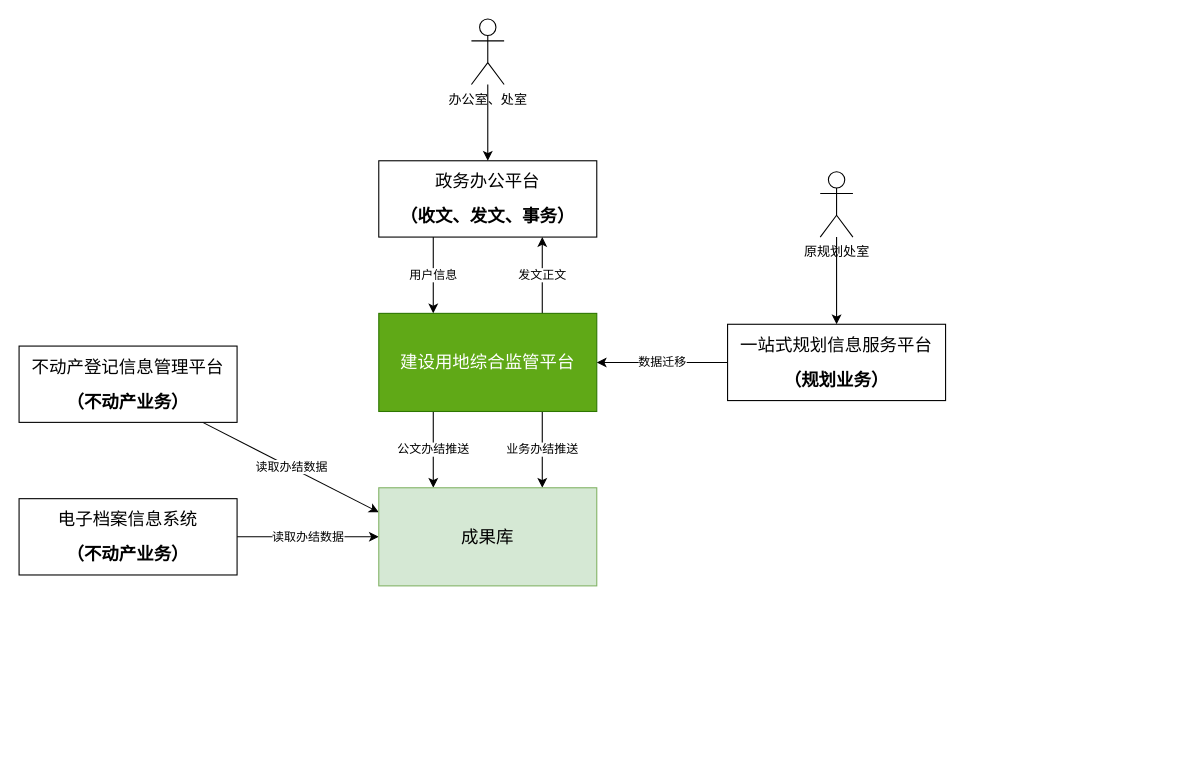
This is page "系统间的关系" (2 of 2) of Untitled Diagram.drawio from yinyan168/StudyUML, a draw.io file, before an edit. Source tidied: cells renumbered, new cells numbered last; positions are measured from the earlier drawing's top-left corner, leaving out a move shared by most shapes. Both pictures are drawn from the tidied source at 109%, with x=0, y=0 at pixel (19, 19).
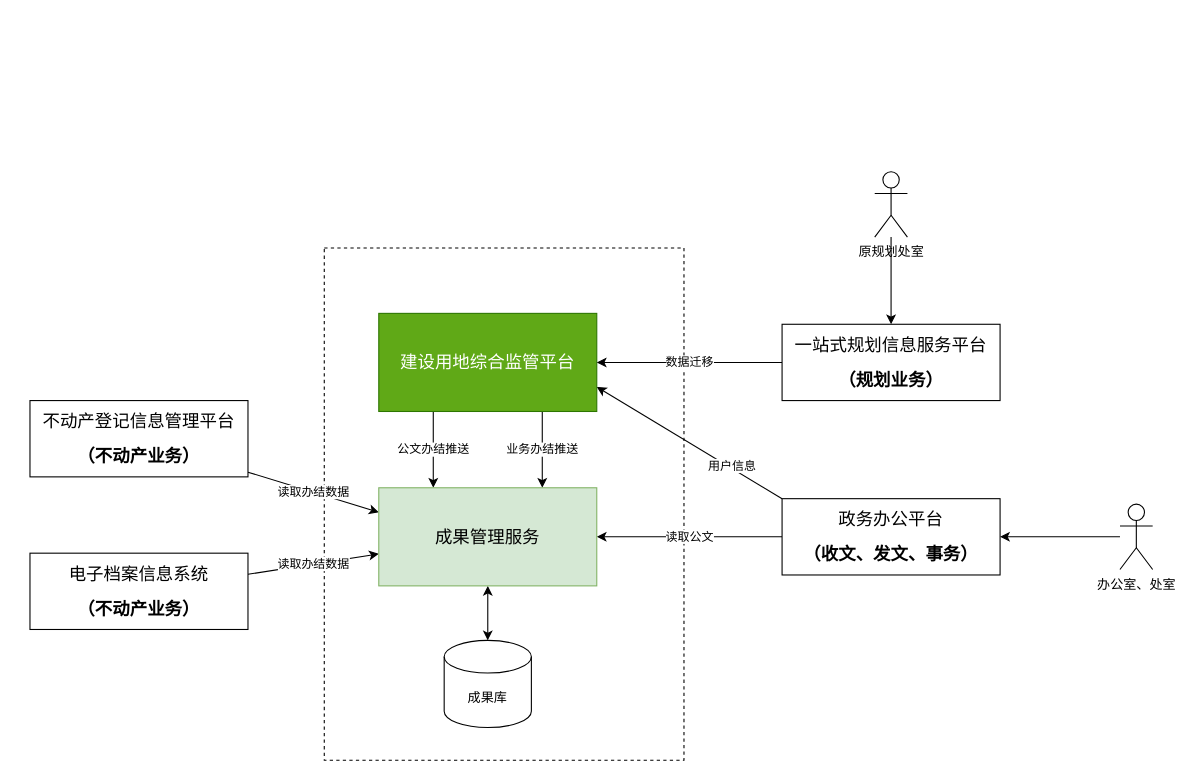
After the change.

The change refers to these unchanged cells:
```xml
<mxCell id="7" value="&lt;p class=&quot;MsoNormal&quot;&gt;&lt;span style=&quot;font-size: 12.0000pt&quot;&gt;&lt;font face=&quot;宋体&quot;&gt;建设用地综合监管平台&lt;/font&gt;&lt;/span&gt;&lt;/p&gt;" style="rounded=0;whiteSpace=wrap;html=1;fillColor=#60a917;strokeColor=#2D7600;fontColor=#ffffff;" parent="1" vertex="1">
  <mxGeometry x="330" y="270" width="200" height="90" as="geometry" />
</mxCell>
```

The edit, as a diff of the source:
```diff
@@
+    <mxCell id="19" style="rounded=0;whiteSpace=wrap;html=1;fillColor=none;dashed=1;" parent="1" vertex="1">
+      <mxGeometry x="280" y="210" width="330" height="470" as="geometry" />
+    </mxCell>
-    <mxCell id="2" value="用户信息" style="edgeStyle=orthogonalEdgeStyle;rounded=0;jettySize=auto;html=1;exitX=0.25;exitY=1;exitDx=0;exitDy=0;entryX=0.25;entryY=0;entryDx=0;entryDy=0;" parent="1" edge="1" source="3" target="7">
-      <mxGeometry relative="1" as="geometry" />
+    <mxCell id="2" value="用户信息" style="rounded=0;jettySize=auto;html=1;exitX=0;exitY=0;exitDx=0;exitDy=0;entryX=1;entryY=0.75;entryDx=0;entryDy=0;" parent="1" edge="1" source="3" target="7">
+      <mxGeometry x="-0.45" y="-2" relative="1" as="geometry" />
     </mxCell>
+    <mxCell id="20" value="读取公文" style="edgeStyle=none;rounded=0;jettySize=auto;html=1;entryX=1;entryY=0.5;entryDx=0;entryDy=0;startArrow=none;startFill=0;" parent="1" edge="1" source="3" target="18">
+      <mxGeometry relative="1" as="geometry" />
+    </mxCell>
     <mxCell id="3" value="&lt;p class=&quot;MsoNormal&quot;&gt;&lt;span style=&quot;font-size: 12.0000pt&quot;&gt;&lt;font face=&quot;宋体&quot;&gt;政务办公平台&lt;/font&gt;&lt;/span&gt;&lt;/p&gt;&lt;p class=&quot;MsoNormal&quot;&gt;&lt;span style=&quot;font-size: 12.0000pt&quot;&gt;&lt;font face=&quot;宋体&quot;&gt;&lt;b&gt;（收文、发文、事务）&lt;/b&gt;&lt;/font&gt;&lt;/span&gt;&lt;/p&gt;" style="rounded=0;whiteSpace=wrap;html=1;" parent="1" vertex="1">
-      <mxGeometry x="330" y="130" width="200" height="70" as="geometry" />
+      <mxGeometry x="700" y="440" width="200" height="70" as="geometry" />
     </mxCell>
-    <mxCell id="4" value="发文正文" style="edgeStyle=orthogonalEdgeStyle;rounded=0;jettySize=auto;html=1;entryX=0.75;entryY=1;entryDx=0;entryDy=0;exitX=0.75;exitY=0;exitDx=0;exitDy=0;" parent="1" edge="1" source="7" target="3">
-      <mxGeometry relative="1" as="geometry" />
-    </mxCell>
@@
-    <mxCell id="8" style="edgeStyle=orthogonalEdgeStyle;rounded=0;jettySize=auto;html=1;" parent="1" edge="1" source="9" target="3">
+    <mxCell id="8" style="rounded=0;jettySize=auto;html=1;" parent="1" edge="1" source="9" target="3">
       <mxGeometry relative="1" as="geometry" />
     </mxCell>
     <mxCell id="9" value="办公室、处室" style="shape=umlActor;verticalLabelPosition=bottom;verticalAlign=top;html=1;outlineConnect=0;" parent="1" vertex="1">
-      <mxGeometry x="415" width="30" height="60" as="geometry" />
+      <mxGeometry x="1010" y="445" width="30" height="60" as="geometry" />
     </mxCell>
@@
     <mxCell id="11" value="&lt;p class=&quot;MsoNormal&quot;&gt;&lt;span style=&quot;font-size: 12.0000pt&quot;&gt;&lt;font face=&quot;宋体&quot;&gt;不动产登记信息管理平台&lt;/font&gt;&lt;/span&gt;&lt;/p&gt;&lt;p class=&quot;MsoNormal&quot;&gt;&lt;span style=&quot;font-size: 12.0000pt&quot;&gt;&lt;font face=&quot;宋体&quot;&gt;&lt;b&gt;（不动产业务）&lt;/b&gt;&lt;/font&gt;&lt;/span&gt;&lt;/p&gt;" style="rounded=0;whiteSpace=wrap;html=1;" parent="1" vertex="1">
-      <mxGeometry y="300" width="200" height="70" as="geometry" />
+      <mxGeometry x="10" y="350" width="200" height="70" as="geometry" />
     </mxCell>
@@
     <mxCell id="13" value="&lt;p class=&quot;MsoNormal&quot;&gt;&lt;font face=&quot;宋体&quot;&gt;&lt;span style=&quot;font-size: 16px&quot;&gt;电子档案信息系统&lt;/span&gt;&lt;/font&gt;&lt;/p&gt;&lt;p class=&quot;MsoNormal&quot;&gt;&lt;span style=&quot;font-size: 12.0000pt&quot;&gt;&lt;font face=&quot;宋体&quot;&gt;&lt;b&gt;（不动产业务）&lt;/b&gt;&lt;/font&gt;&lt;/span&gt;&lt;/p&gt;" style="rounded=0;whiteSpace=wrap;html=1;" parent="1" vertex="1">
-      <mxGeometry y="440" width="200" height="70" as="geometry" />
+      <mxGeometry x="10" y="490" width="200" height="70" as="geometry" />
     </mxCell>
@@
     <mxCell id="15" value="&lt;p class=&quot;MsoNormal&quot;&gt;&lt;font face=&quot;宋体&quot;&gt;&lt;span style=&quot;font-size: 16px&quot;&gt;一站式规划信息服务平台&lt;/span&gt;&lt;/font&gt;&lt;/p&gt;&lt;p class=&quot;MsoNormal&quot;&gt;&lt;span style=&quot;font-size: 12.0000pt&quot;&gt;&lt;font face=&quot;宋体&quot;&gt;&lt;b&gt;（规划业务）&lt;/b&gt;&lt;/font&gt;&lt;/span&gt;&lt;/p&gt;" style="rounded=0;whiteSpace=wrap;html=1;" parent="1" vertex="1">
-      <mxGeometry x="650" y="280" width="200" height="70" as="geometry" />
+      <mxGeometry x="700" y="280" width="200" height="70" as="geometry" />
     </mxCell>
@@
     <mxCell id="17" value="原规划处室" style="shape=umlActor;verticalLabelPosition=bottom;verticalAlign=top;html=1;outlineConnect=0;" parent="1" vertex="1">
-      <mxGeometry x="735" y="140" width="30" height="60" as="geometry" />
+      <mxGeometry x="785" y="140" width="30" height="60" as="geometry" />
     </mxCell>
+    <mxCell id="21" style="edgeStyle=none;rounded=0;jettySize=auto;html=1;startArrow=classic;startFill=1;" parent="1" edge="1" source="18" target="22">
+      <mxGeometry relative="1" as="geometry" />
+    </mxCell>
-    <mxCell id="18" value="&lt;font face=&quot;宋体&quot;&gt;&lt;span style=&quot;font-size: 16px&quot;&gt;成果库&lt;/span&gt;&lt;/font&gt;" style="rounded=0;whiteSpace=wrap;html=1;fillColor=#d5e8d4;strokeColor=#82b366;" parent="1" vertex="1">
+    <mxCell id="18" value="&lt;font face=&quot;宋体&quot;&gt;&lt;span style=&quot;font-size: 16px&quot;&gt;成果管理服务&lt;/span&gt;&lt;/font&gt;" style="rounded=0;whiteSpace=wrap;html=1;fillColor=#d5e8d4;strokeColor=#82b366;" parent="1" vertex="1">
       <mxGeometry x="330" y="430" width="200" height="90" as="geometry" />
     </mxCell>
+    <mxCell id="22" value="成果库" style="shape=cylinder3;whiteSpace=wrap;html=1;boundedLbl=1;backgroundOutline=1;size=15;" parent="1" vertex="1">
+      <mxGeometry x="390" y="570" width="80" height="80" as="geometry" />
+    </mxCell>
```
